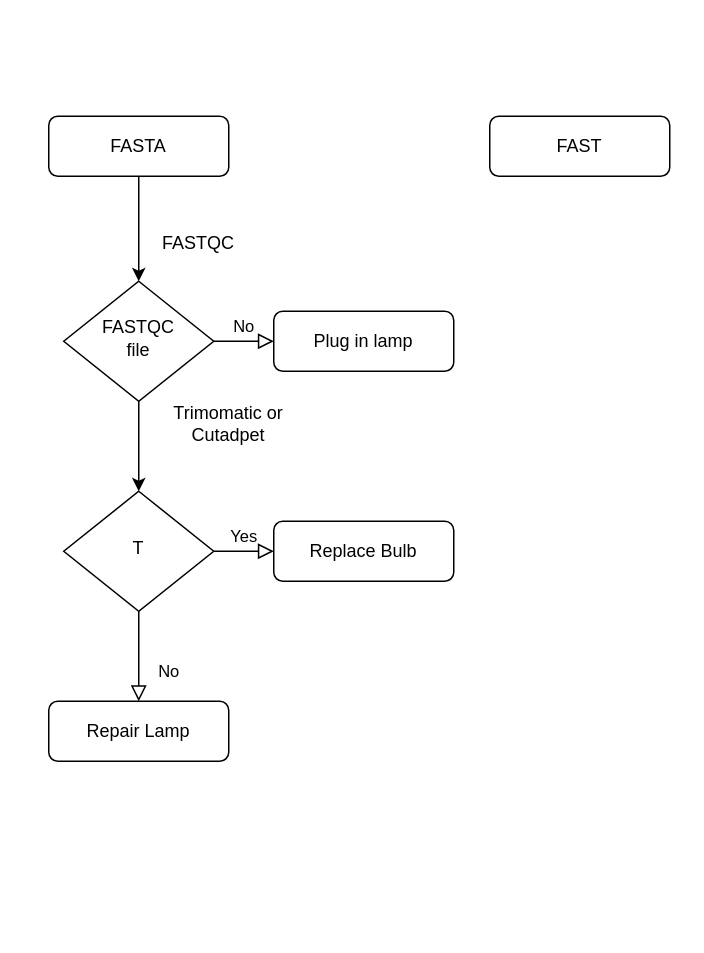
Earlier version of the draw.io diagram Untitled Diagram.drawio (gbolden101/bioinf576_project_demo). Source tidied: cells renumbered, new cells numbered last; positions are measured from the earlier drawing's top-left corner, leaving out a move shared by most shapes. Both pictures are drawn from the tidied source at 150%, with x=0, y=0 at pixel (48, 116).
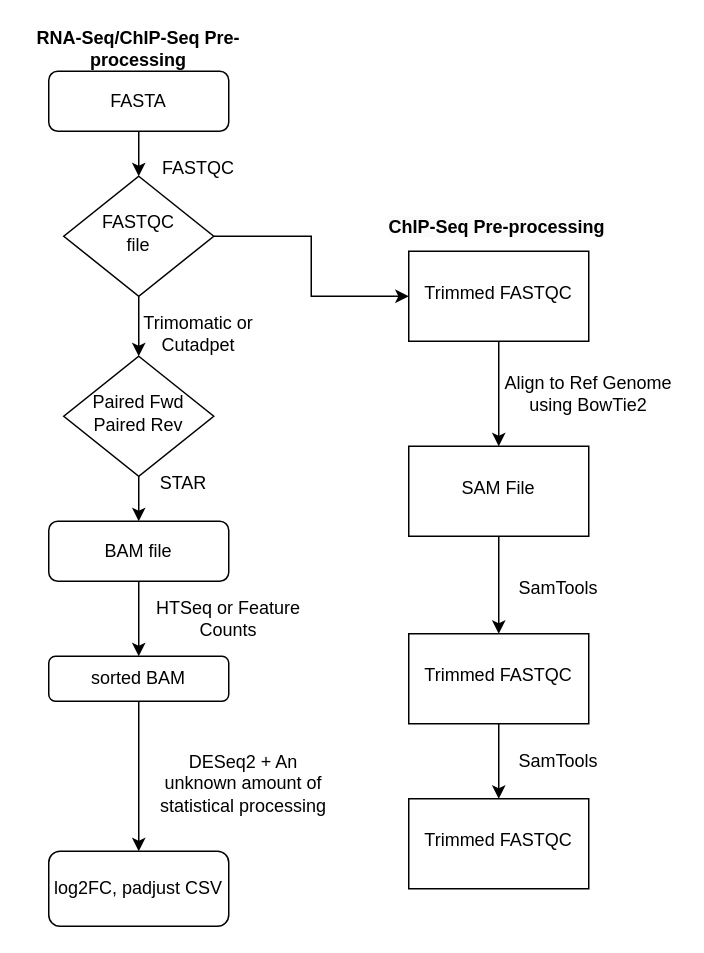
Above is the later version.

The edit, as a diff of the source:
```diff
@@
-    <mxCell id="2" value="FAST" style="rounded=1;whiteSpace=wrap;html=1;fontSize=12;glass=0;strokeWidth=1;shadow=0;" parent="1" vertex="1">
-      <mxGeometry x="294" width="120" height="40" as="geometry" />
-    </mxCell>
-    <mxCell id="3" value="No" style="edgeStyle=orthogonalEdgeStyle;rounded=0;html=1;jettySize=auto;fontSize=11;endArrow=block;endFill=0;endSize=8;strokeWidth=1;shadow=0;labelBackgroundColor=none;" parent="1" edge="1" source="5" target="6">
-      <mxGeometry y="10" relative="1" as="geometry" />
-    </mxCell>
@@
+    <mxCell id="16" style="edgeStyle=orthogonalEdgeStyle;rounded=0;jettySize=auto;html=1;" parent="1" edge="1" source="5" target="26">
+      <mxGeometry relative="1" as="geometry" />
+    </mxCell>
     <mxCell id="5" value="FASTQC&lt;div&gt;file&lt;/div&gt;" style="rhombus;whiteSpace=wrap;html=1;shadow=0;fontFamily=Helvetica;fontSize=12;align=center;strokeWidth=1;spacing=6;spacingTop=-4;" parent="1" vertex="1">
-      <mxGeometry x="10" y="110" width="100" height="80" as="geometry" />
+      <mxGeometry x="10" y="40" width="100" height="80" as="geometry" />
     </mxCell>
-    <mxCell id="6" value="Plug in lamp" style="rounded=1;whiteSpace=wrap;html=1;fontSize=12;glass=0;strokeWidth=1;shadow=0;" parent="1" vertex="1">
-      <mxGeometry x="150" y="130" width="120" height="40" as="geometry" />
-    </mxCell>
-    <mxCell id="7" value="No" style="rounded=0;html=1;jettySize=auto;fontSize=11;endArrow=block;endFill=0;endSize=8;strokeWidth=1;shadow=0;labelBackgroundColor=none;edgeStyle=orthogonalEdgeStyle;" parent="1" edge="1" source="9" target="10">
-      <mxGeometry x="0.33" y="20" relative="1" as="geometry" />
+    <mxCell id="7" style="edgeStyle=orthogonalEdgeStyle;rounded=0;jettySize=auto;html=1;" parent="1" edge="1" source="9" target="10">
+      <mxGeometry relative="1" as="geometry" />
     </mxCell>
-    <mxCell id="8" value="Yes" style="edgeStyle=orthogonalEdgeStyle;rounded=0;html=1;jettySize=auto;fontSize=11;endArrow=block;endFill=0;endSize=8;strokeWidth=1;shadow=0;labelBackgroundColor=none;" parent="1" edge="1" source="9" target="11">
-      <mxGeometry y="10" relative="1" as="geometry" />
-    </mxCell>
-    <mxCell id="9" value="T" style="rhombus;whiteSpace=wrap;html=1;shadow=0;fontFamily=Helvetica;fontSize=12;align=center;strokeWidth=1;spacing=6;spacingTop=-4;" parent="1" vertex="1">
-      <mxGeometry x="10" y="250" width="100" height="80" as="geometry" />
+    <mxCell id="9" value="Paired Fwd&lt;div&gt;Paired Rev&lt;/div&gt;" style="rhombus;whiteSpace=wrap;html=1;shadow=0;fontFamily=Helvetica;fontSize=12;align=center;strokeWidth=1;spacing=6;spacingTop=-4;" parent="1" vertex="1">
+      <mxGeometry x="10" y="160" width="100" height="80" as="geometry" />
     </mxCell>
+    <mxCell id="17" style="edgeStyle=orthogonalEdgeStyle;rounded=0;jettySize=auto;html=1;" parent="1" edge="1" source="10" target="19">
+      <mxGeometry relative="1" as="geometry" />
+    </mxCell>
-    <mxCell id="10" value="Repair Lamp" style="rounded=1;whiteSpace=wrap;html=1;fontSize=12;glass=0;strokeWidth=1;shadow=0;" parent="1" vertex="1">
-      <mxGeometry y="390" width="120" height="40" as="geometry" />
+    <mxCell id="10" value="BAM file" style="rounded=1;whiteSpace=wrap;html=1;fontSize=12;glass=0;strokeWidth=1;shadow=0;" parent="1" vertex="1">
+      <mxGeometry y="270" width="120" height="40" as="geometry" />
     </mxCell>
-    <mxCell id="11" value="Replace Bulb" style="rounded=1;whiteSpace=wrap;html=1;fontSize=12;glass=0;strokeWidth=1;shadow=0;" parent="1" vertex="1">
-      <mxGeometry x="150" y="270" width="120" height="40" as="geometry" />
-    </mxCell>
@@
     <mxCell id="13" value="FASTA" style="rounded=1;whiteSpace=wrap;html=1;fontSize=12;glass=0;strokeWidth=1;shadow=0;" parent="1" vertex="1">
-      <mxGeometry width="120" height="40" as="geometry" />
+      <mxGeometry y="-30" width="120" height="40" as="geometry" />
     </mxCell>
     <mxCell id="14" value="FASTQC" style="text;html=1;align=center;verticalAlign=middle;whiteSpace=wrap;rounded=0;" parent="1" vertex="1">
-      <mxGeometry x="70" y="70" width="60" height="30" as="geometry" />
+      <mxGeometry x="70" y="20" width="60" height="30" as="geometry" />
     </mxCell>
     <mxCell id="15" value="Trimomatic or Cutadpet" style="text;html=1;align=center;verticalAlign=middle;whiteSpace=wrap;rounded=0;" parent="1" vertex="1">
-      <mxGeometry x="60" y="180" width="120" height="50" as="geometry" />
+      <mxGeometry x="40" y="120" width="120" height="50" as="geometry" />
     </mxCell>
+    <mxCell id="18" style="edgeStyle=orthogonalEdgeStyle;rounded=0;jettySize=auto;html=1;" parent="1" edge="1" source="19" target="22">
+      <mxGeometry relative="1" as="geometry" />
+    </mxCell>
+    <mxCell id="19" value="sorted BAM" style="rounded=1;whiteSpace=wrap;html=1;" parent="1" vertex="1">
+      <mxGeometry y="360" width="120" height="30" as="geometry" />
+    </mxCell>
+    <mxCell id="20" value="STAR" style="text;html=1;align=center;verticalAlign=middle;whiteSpace=wrap;rounded=0;" parent="1" vertex="1">
+      <mxGeometry x="30" y="220" width="120" height="50" as="geometry" />
+    </mxCell>
+    <mxCell id="21" value="&lt;b&gt;RNA-Seq/ChIP-Seq Pre-processing&lt;/b&gt;" style="text;html=1;align=center;verticalAlign=middle;whiteSpace=wrap;rounded=0;" parent="1" vertex="1">
+      <mxGeometry x="-15" y="-60" width="150" height="30" as="geometry" />
+    </mxCell>
+    <mxCell id="22" value="log2FC, padjust CSV" style="rounded=1;whiteSpace=wrap;html=1;" parent="1" vertex="1">
+      <mxGeometry y="490" width="120" height="50" as="geometry" />
+    </mxCell>
+    <mxCell id="23" value="HTSeq or Feature Counts" style="text;html=1;align=center;verticalAlign=middle;whiteSpace=wrap;rounded=0;" parent="1" vertex="1">
+      <mxGeometry x="60" y="310" width="120" height="50" as="geometry" />
+    </mxCell>
+    <mxCell id="24" value="DESeq2 + An unknown amount of statistical processing" style="text;html=1;align=center;verticalAlign=middle;whiteSpace=wrap;rounded=0;" parent="1" vertex="1">
+      <mxGeometry x="70" y="420" width="120" height="50" as="geometry" />
+    </mxCell>
+    <mxCell id="25" style="edgeStyle=orthogonalEdgeStyle;rounded=0;jettySize=auto;html=1;" parent="1" edge="1" source="26" target="29">
+      <mxGeometry relative="1" as="geometry" />
+    </mxCell>
+    <mxCell id="26" value="Trimmed FASTQC" style="whiteSpace=wrap;html=1;shadow=0;strokeWidth=1;spacing=6;spacingTop=-4;" parent="1" vertex="1">
+      <mxGeometry x="240" y="90" width="120" height="60" as="geometry" />
+    </mxCell>
+    <mxCell id="27" value="&lt;span style=&quot;color: rgb(0, 0, 0); font-family: Helvetica; font-size: 12px; font-style: normal; font-variant-ligatures: normal; font-variant-caps: normal; letter-spacing: normal; orphans: 2; text-align: center; text-indent: 0px; text-transform: none; widows: 2; word-spacing: 0px; -webkit-text-stroke-width: 0px; white-space: normal; background-color: rgb(251, 251, 251); text-decoration-thickness: initial; text-decoration-style: initial; text-decoration-color: initial; float: none; display: inline !important;&quot;&gt;&lt;b&gt;ChIP-Seq Pre-processing&lt;/b&gt;&lt;/span&gt;" style="text;whiteSpace=wrap;html=1;" parent="1" vertex="1">
+      <mxGeometry x="225" y="60" width="150" height="40" as="geometry" />
+    </mxCell>
+    <mxCell id="28" style="edgeStyle=orthogonalEdgeStyle;rounded=0;jettySize=auto;html=1;" parent="1" edge="1" source="29" target="31">
+      <mxGeometry relative="1" as="geometry" />
+    </mxCell>
+    <mxCell id="29" value="SAM File" style="whiteSpace=wrap;html=1;shadow=0;strokeWidth=1;spacing=6;spacingTop=-4;" parent="1" vertex="1">
+      <mxGeometry x="240" y="220" width="120" height="60" as="geometry" />
+    </mxCell>
+    <mxCell id="30" style="edgeStyle=orthogonalEdgeStyle;rounded=0;jettySize=auto;html=1;" parent="1" edge="1" source="31" target="34">
+      <mxGeometry relative="1" as="geometry" />
+    </mxCell>
+    <mxCell id="31" value="Trimmed FASTQC" style="whiteSpace=wrap;html=1;shadow=0;strokeWidth=1;spacing=6;spacingTop=-4;" parent="1" vertex="1">
+      <mxGeometry x="240" y="345" width="120" height="60" as="geometry" />
+    </mxCell>
+    <mxCell id="32" value="Align to Ref Genome using BowTie2" style="text;html=1;align=center;verticalAlign=middle;whiteSpace=wrap;rounded=0;" parent="1" vertex="1">
+      <mxGeometry x="300" y="160" width="120" height="50" as="geometry" />
+    </mxCell>
+    <mxCell id="33" value="SamTools" style="text;html=1;align=center;verticalAlign=middle;whiteSpace=wrap;rounded=0;" parent="1" vertex="1">
+      <mxGeometry x="280" y="290" width="120" height="50" as="geometry" />
+    </mxCell>
+    <mxCell id="34" value="Trimmed FASTQC" style="whiteSpace=wrap;html=1;shadow=0;strokeWidth=1;spacing=6;spacingTop=-4;" parent="1" vertex="1">
+      <mxGeometry x="240" y="455" width="120" height="60" as="geometry" />
+    </mxCell>
+    <mxCell id="35" value="SamTools" style="text;html=1;align=center;verticalAlign=middle;whiteSpace=wrap;rounded=0;" parent="1" vertex="1">
+      <mxGeometry x="280" y="405" width="120" height="50" as="geometry" />
+    </mxCell>
```
